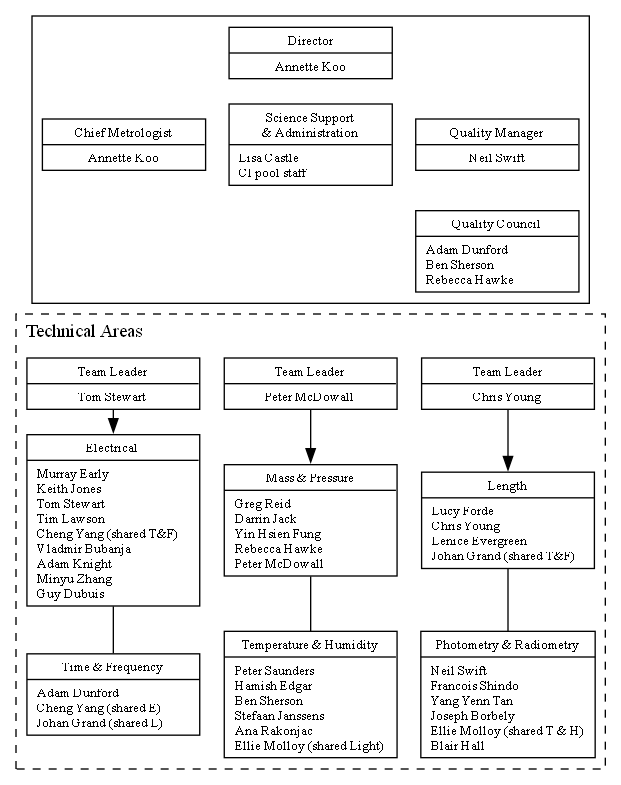
Earlier version of the Graphviz export quality_manual_document/pictures/MSL_org_full.png (MSLNZ/Quality-Manual). Its source is kept beside it as quality_manual_document/pictures/MSL_org_full.gv.
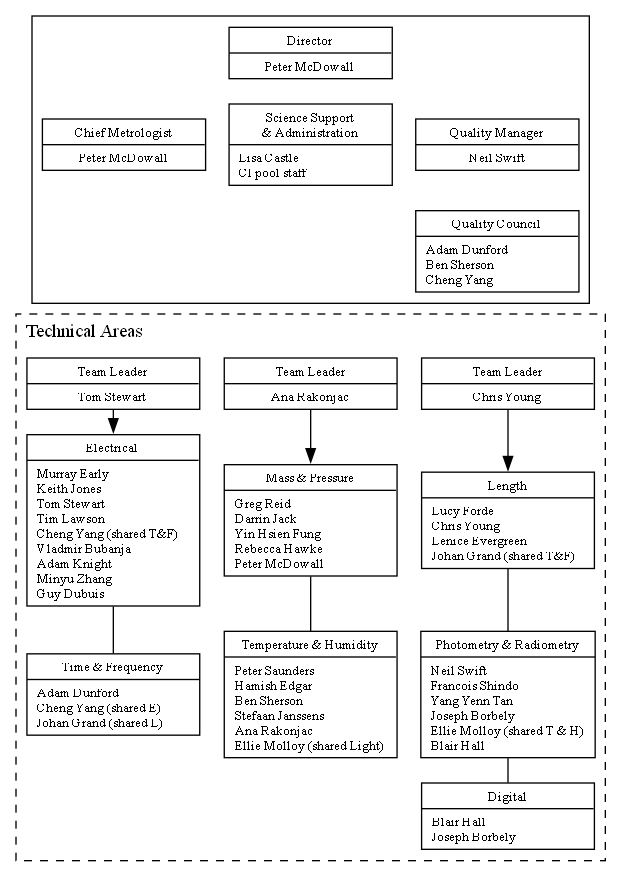
The same file after the commit.

What changed in the source:
```diff
@@ -23,13 +23,13 @@
         nodesep = "0.1 equally"     /* minimum horizontal distance */
 
         B1 [style=invis];
-        D [label="{Director |Annette Koo}"];
+        D [label="{Director |Peter McDowall}"];
         B2 [style=invis];
 
         {rank=same; B1, D, B2 ; }
 
 
-		CM [label="{Chief Metrologist|Annette Koo}" ];
+		CM [label="{Chief Metrologist|Peter McDowall}" ];
 
         SSC[
 			label="{Science Support\n& Administration|"
@@ -49,7 +49,7 @@
             label="{Quality Council |"
             +   "Adam Dunford\l"
             +   "Ben Sherson\l"
-            +   "Rebecca Hawke\l"
+            +   "Cheng Yang\l"
             +   "}"
         ];
 
@@ -92,7 +92,7 @@
 
         TeamMassTemperature[
             label="{Team Leader|"
-            +   "Peter McDowall\n"
+            +   "Ana Rakonjac\n"
             +   "}"
         ];
 
@@ -164,6 +164,12 @@
         +   "}"
         ];
 
+        S_digital [label = "{Digital|"
+        +	"Blair Hall\l"
+        +	"Joseph Borbely\l"
+        +   "}"
+        ];
+
 
 
 
@@ -182,6 +188,7 @@
 
 	TeamLengthLight -> S_length;
 	S_length  ->  S_photometry_radiometry [arrowsize=0] ;
+	S_photometry_radiometry  ->  S_digital [arrowsize=0] ;
 
 
 }
```
